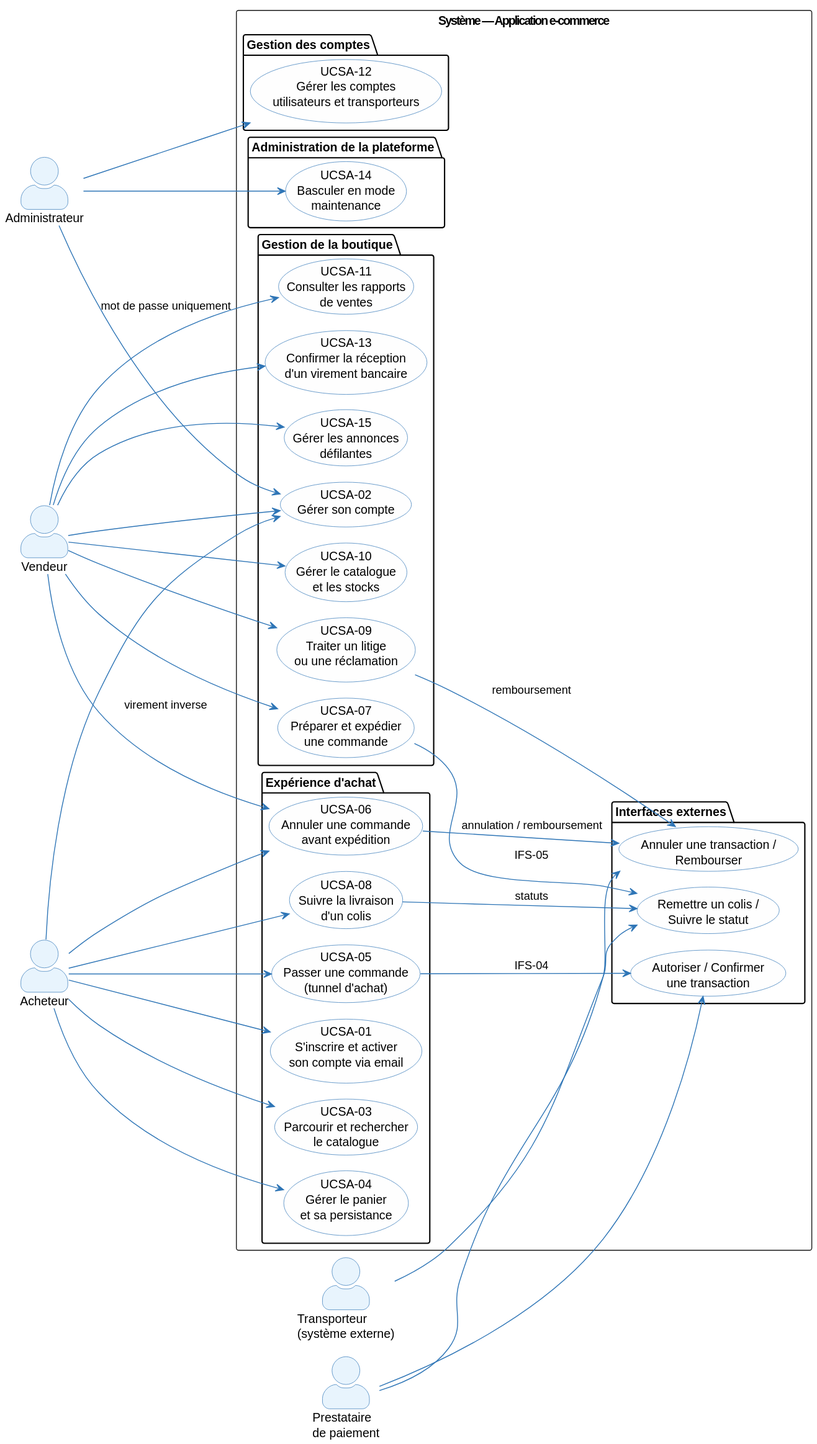
Earlier version of the PlantUML export architecture/02-system-analysis/diagrams/sa-use-case.svg (louistalvande/online_shop).
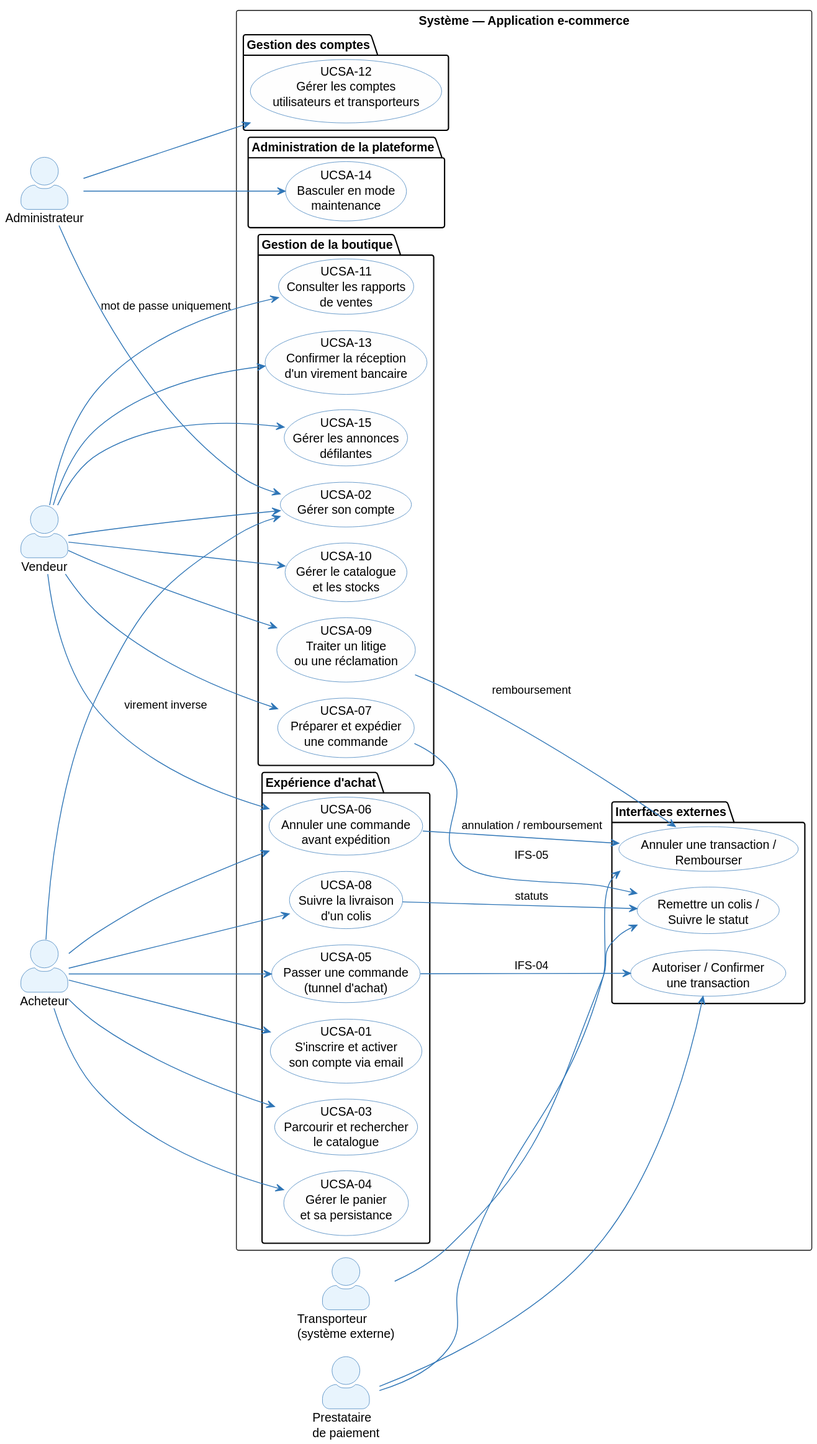
Above is the later version.

The edit, as a diff of the source:
```diff
@@ -19,7 +19,7 @@
 actor "Transporteur\n(système externe)" as Carrier
 actor "Prestataire\nde paiement" as Payment
 
-rectangle "Système — Boutique en ligne" {
+rectangle "Système — Application e-commerce" {
 
   package "Gestion des comptes" {
     usecase (UCSA-12\nGérer les comptes\nutilisateurs et transporteurs) as UC12
```
